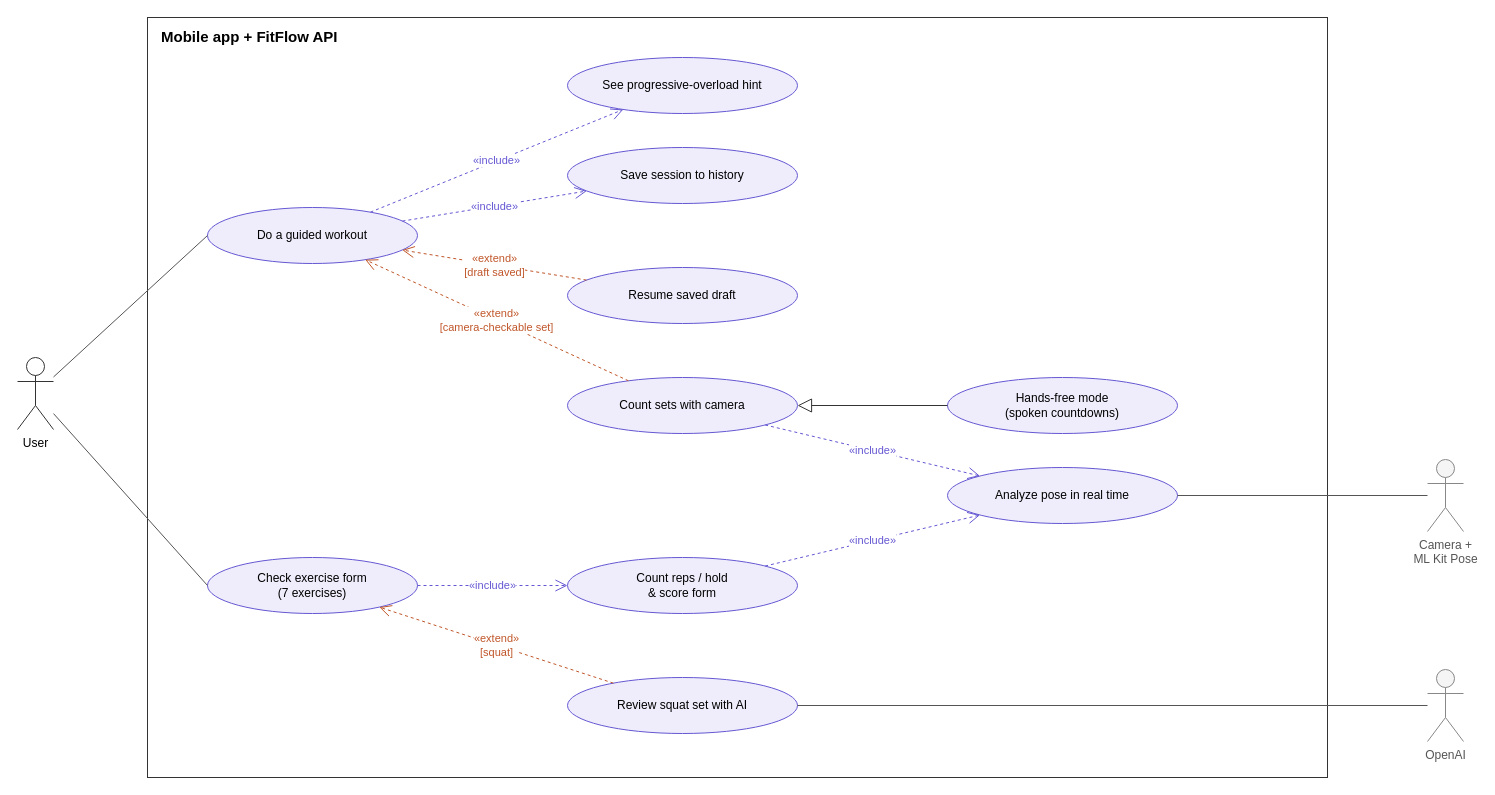
This is page "Training & form check" (4 of 7) of docs/usecase.drawio from PRM-393-G5/fitflow, a draw.io file, before an edit. Source tidied: cells renumbered, new cells numbered last; positions are measured from the earlier drawing's top-left corner, leaving out a move shared by most shapes. Both pictures are drawn from the tidied source at 100%, with x=0, y=0 at pixel (17, 17).
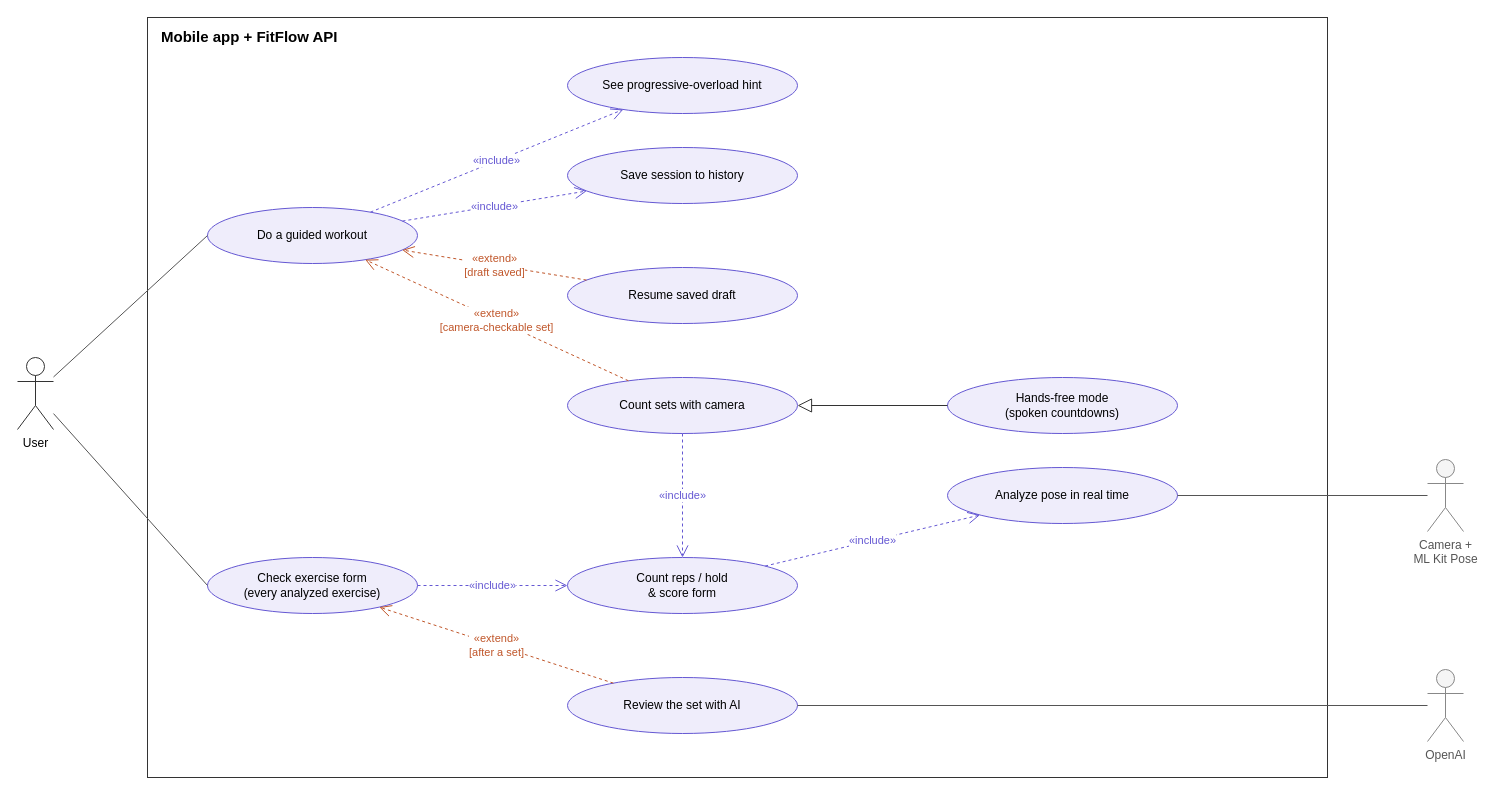
The same page after the edit.

The change refers to these unchanged cells:
```xml
<mxCell id="10" value="Count sets with camera" style="ellipse;whiteSpace=wrap;html=1;fillColor=#EFEDFB;strokeColor=#6558D3;fontSize=12;" parent="1" vertex="1">
  <mxGeometry x="550" y="360" width="230" height="56" as="geometry" />
</mxCell>
<mxCell id="13" value="Count reps / hold&lt;br&gt;&amp; score form" style="ellipse;whiteSpace=wrap;html=1;fillColor=#EFEDFB;strokeColor=#6558D3;fontSize=12;" parent="1" vertex="1">
  <mxGeometry x="550" y="540" width="230" height="56" as="geometry" />
</mxCell>
<mxCell id="14" value="Analyze pose in real time" style="ellipse;whiteSpace=wrap;html=1;fillColor=#EFEDFB;strokeColor=#6558D3;fontSize=12;" parent="1" vertex="1">
  <mxGeometry x="930" y="450" width="230" height="56" as="geometry" />
</mxCell>
```

What changed in the source:
```diff
@@
-    <mxCell id="12" value="Check exercise form&lt;br&gt;(7 exercises)" style="ellipse;whiteSpace=wrap;html=1;fillColor=#EFEDFB;strokeColor=#6558D3;fontSize=12;" parent="1" vertex="1">
+    <mxCell id="12" value="Check exercise form&lt;br&gt;(every analyzed exercise)" style="ellipse;whiteSpace=wrap;html=1;fillColor=#EFEDFB;strokeColor=#6558D3;fontSize=12;" parent="1" vertex="1">
       <mxGeometry x="190" y="540" width="210" height="56" as="geometry" />
     </mxCell>
@@
-    <mxCell id="15" value="Review squat set with AI" style="ellipse;whiteSpace=wrap;html=1;fillColor=#EFEDFB;strokeColor=#6558D3;fontSize=12;" parent="1" vertex="1">
+    <mxCell id="15" value="Review the set with AI" style="ellipse;whiteSpace=wrap;html=1;fillColor=#EFEDFB;strokeColor=#6558D3;fontSize=12;" parent="1" vertex="1">
       <mxGeometry x="550" y="660" width="230" height="56" as="geometry" />
     </mxCell>
@@
-    <mxCell id="23" value="«include»" style="endArrow=open;endSize=10;dashed=1;html=1;strokeColor=#6558D3;fontColor=#6558D3;fontSize=11;" parent="1" edge="1" source="10" target="14">
+    <mxCell id="23" value="«include»" style="endArrow=open;endSize=10;dashed=1;html=1;strokeColor=#6558D3;fontColor=#6558D3;fontSize=11;" parent="1" edge="1" source="10" target="13">
       <mxGeometry relative="1" as="geometry" />
     </mxCell>
@@
-    <mxCell id="27" value="«extend»&lt;br&gt;[squat]" style="endArrow=open;endSize=10;dashed=1;html=1;strokeColor=#c0562a;fontColor=#c0562a;fontSize=11;" parent="1" edge="1" source="15" target="12">
+    <mxCell id="27" value="«extend»&lt;br&gt;[after a set]" style="endArrow=open;endSize=10;dashed=1;html=1;strokeColor=#c0562a;fontColor=#c0562a;fontSize=11;" parent="1" edge="1" source="15" target="12">
       <mxGeometry relative="1" as="geometry" />
     </mxCell>
```
